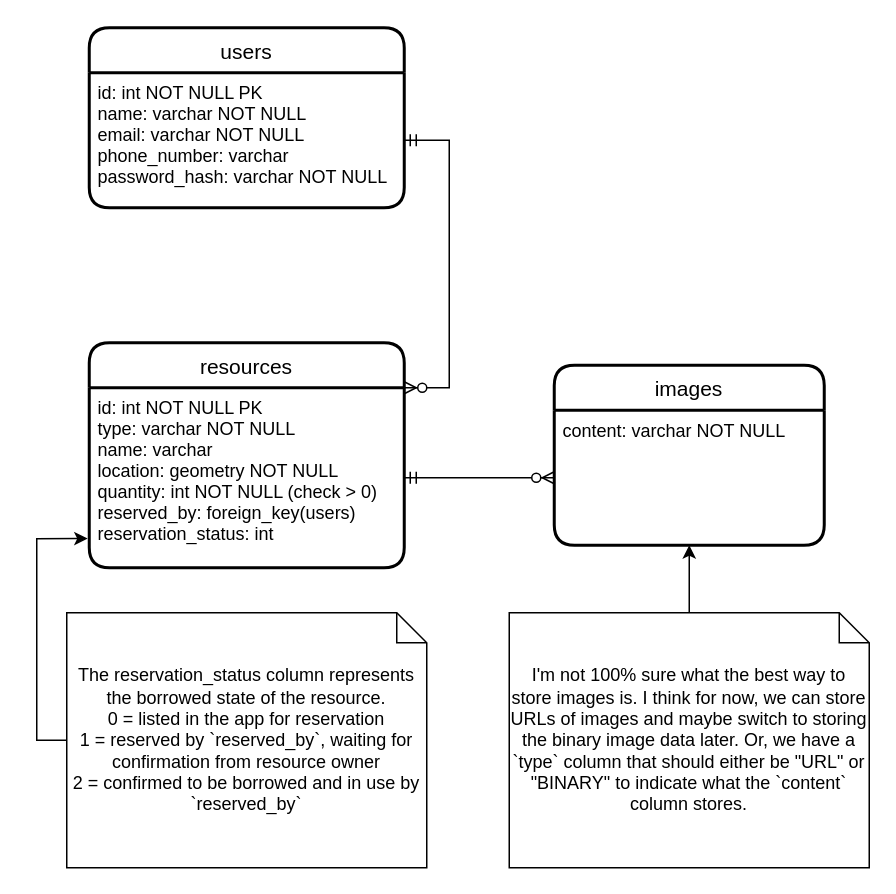
Before: LumosER.drawio in LumosCapstone/backend, a draw.io diagram. Source tidied: cells renumbered, new cells numbered last; positions are measured from the earlier drawing's top-left corner, leaving out a move shared by most shapes. Both pictures are drawn from the tidied source at 150%, with x=0, y=0 at pixel (66, 27).
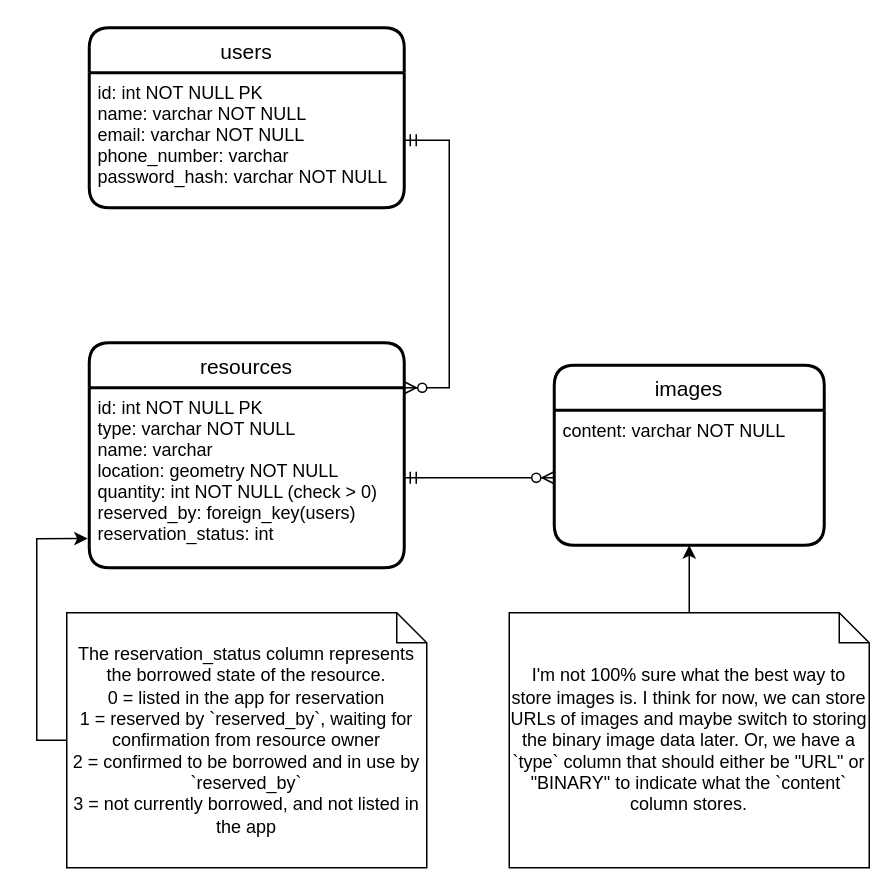
The same diagram, later.

Commit message:
update drawio diagram reservation_status note

Change to the diagram source:
```diff
@@
 <mxGraphModel>
   <root>
     <mxCell id="0" />
     <mxCell id="1" parent="0" />
     <mxCell id="2" value="users" style="swimlane;horizontal=1;startSize=30;rounded=1;fontSize=14;fontStyle=0;strokeWidth=2;shadow=0;dashed=0;align=center;" parent="1" vertex="1">
       <mxGeometry x="15" width="210" height="120" as="geometry" />
     </mxCell>
     <mxCell id="3" value="id: int NOT NULL PK&#10;name: varchar NOT NULL&#10;email: varchar NOT NULL&#10;phone_number: varchar&#10;password_hash: varchar NOT NULL&#10;" style="align=left;strokeColor=none;fillColor=none;spacingLeft=4;fontSize=12;verticalAlign=top;" parent="2" vertex="1">
       <mxGeometry y="30" width="210" height="90" as="geometry" />
     </mxCell>
     <mxCell id="4" value="resources" style="swimlane;horizontal=1;startSize=30;rounded=1;fontSize=14;fontStyle=0;strokeWidth=2;shadow=0;dashed=0;align=center;" parent="1" vertex="1">
       <mxGeometry x="15" y="210" width="210" height="150" as="geometry" />
     </mxCell>
     <mxCell id="5" value="id: int NOT NULL PK&#10;type: varchar NOT NULL&#10;name: varchar&#10;location: geometry NOT NULL&#10;quantity: int NOT NULL (check &gt; 0)&#10;reserved_by: foreign_key(users)&#10;reservation_status: int&#10;" style="align=left;strokeColor=none;fillColor=none;spacingLeft=4;fontSize=12;verticalAlign=top;" parent="4" vertex="1">
       <mxGeometry y="30" width="210" height="120" as="geometry" />
     </mxCell>
     <mxCell id="6" value="images" style="swimlane;horizontal=1;startSize=30;rounded=1;fontSize=14;fontStyle=0;strokeWidth=2;shadow=0;dashed=0;align=center;" parent="1" vertex="1">
       <mxGeometry x="325" y="225" width="180" height="120" as="geometry" />
     </mxCell>
     <mxCell id="7" value="content: varchar NOT NULL&#10;" style="align=left;strokeColor=none;fillColor=none;spacingLeft=4;fontSize=12;verticalAlign=top;" parent="6" vertex="1">
       <mxGeometry y="30" width="180" height="90" as="geometry" />
     </mxCell>
     <mxCell id="8" style="edgeStyle=orthogonalEdgeStyle;rounded=0;jettySize=auto;html=1;" parent="1" edge="1" source="9" target="7">
       <mxGeometry relative="1" as="geometry" />
     </mxCell>
     <mxCell id="9" value="I'm not 100% sure what the best way to store images is. I think for now, we can store URLs of images and maybe switch to storing the binary image data later. Or, we have a `type` column that should either be &quot;URL&quot; or &quot;BINARY&quot; to indicate what the `content` column stores." style="shape=note;size=20;whiteSpace=wrap;html=1;" parent="1" vertex="1">
       <mxGeometry x="295" y="390" width="240" height="170" as="geometry" />
     </mxCell>
     <mxCell id="10" style="edgeStyle=entityRelationEdgeStyle;fontSize=12;html=1;endArrow=ERzeroToMany;startArrow=ERmandOne;rounded=0;exitX=1;exitY=0.5;exitDx=0;exitDy=0;entryX=0;entryY=0.5;entryDx=0;entryDy=0;" parent="1" edge="1" source="5" target="7">
       <mxGeometry relative="1" as="geometry" />
     </mxCell>
     <mxCell id="11" style="edgeStyle=entityRelationEdgeStyle;fontSize=12;html=1;endArrow=ERzeroToMany;startArrow=ERmandOne;rounded=0;exitX=1;exitY=0.5;exitDx=0;exitDy=0;entryX=1;entryY=0;entryDx=0;entryDy=0;" parent="1" edge="1" source="3" target="5">
       <mxGeometry relative="1" as="geometry" />
     </mxCell>
-    <mxCell id="12" value="The reservation_status column represents the borrowed state of the resource.&lt;br&gt;0 = listed in the app for reservation&lt;br&gt;1 = reserved by `reserved_by`, waiting for confirmation from resource owner&lt;br&gt;2 = confirmed to be borrowed and in use by `reserved_by`" style="shape=note;size=20;whiteSpace=wrap;html=1;" parent="1" vertex="1">
+    <mxCell id="12" value="The reservation_status column represents the borrowed state of the resource.&lt;br&gt;0 = listed in the app for reservation&lt;br&gt;1 = reserved by `reserved_by`, waiting for confirmation from resource owner&lt;br&gt;2 = confirmed to be borrowed and in use by `reserved_by`&lt;br&gt;3 = not currently borrowed, and not listed in the app" style="shape=note;size=20;whiteSpace=wrap;html=1;" parent="1" vertex="1">
       <mxGeometry y="390" width="240" height="170" as="geometry" />
     </mxCell>
     <mxCell id="13" style="edgeStyle=orthogonalEdgeStyle;rounded=0;jettySize=auto;html=1;exitX=0;exitY=0.5;exitDx=0;exitDy=0;exitPerimeter=0;entryX=-0.005;entryY=0.838;entryDx=0;entryDy=0;entryPerimeter=0;" parent="1" edge="1" source="12" target="5">
       <mxGeometry relative="1" as="geometry" />
     </mxCell>
   </root>
 </mxGraphModel>
```
